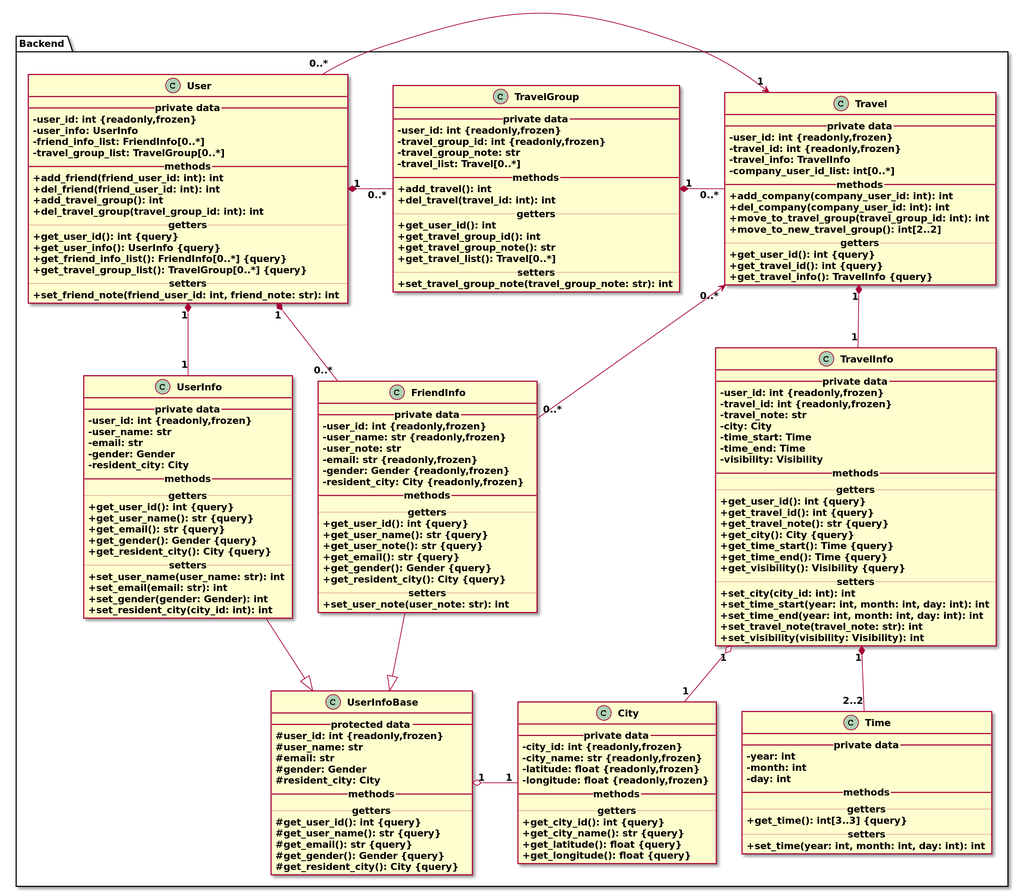
skyetim/travel_planning_website keeps this PlantUML diagram as doc/第二阶段课堂展示/ClassDiagram.backend.png. Above is the earlier version. Its source is kept beside it as doc/第二阶段课堂展示/ClassDiagram.backend.puml.
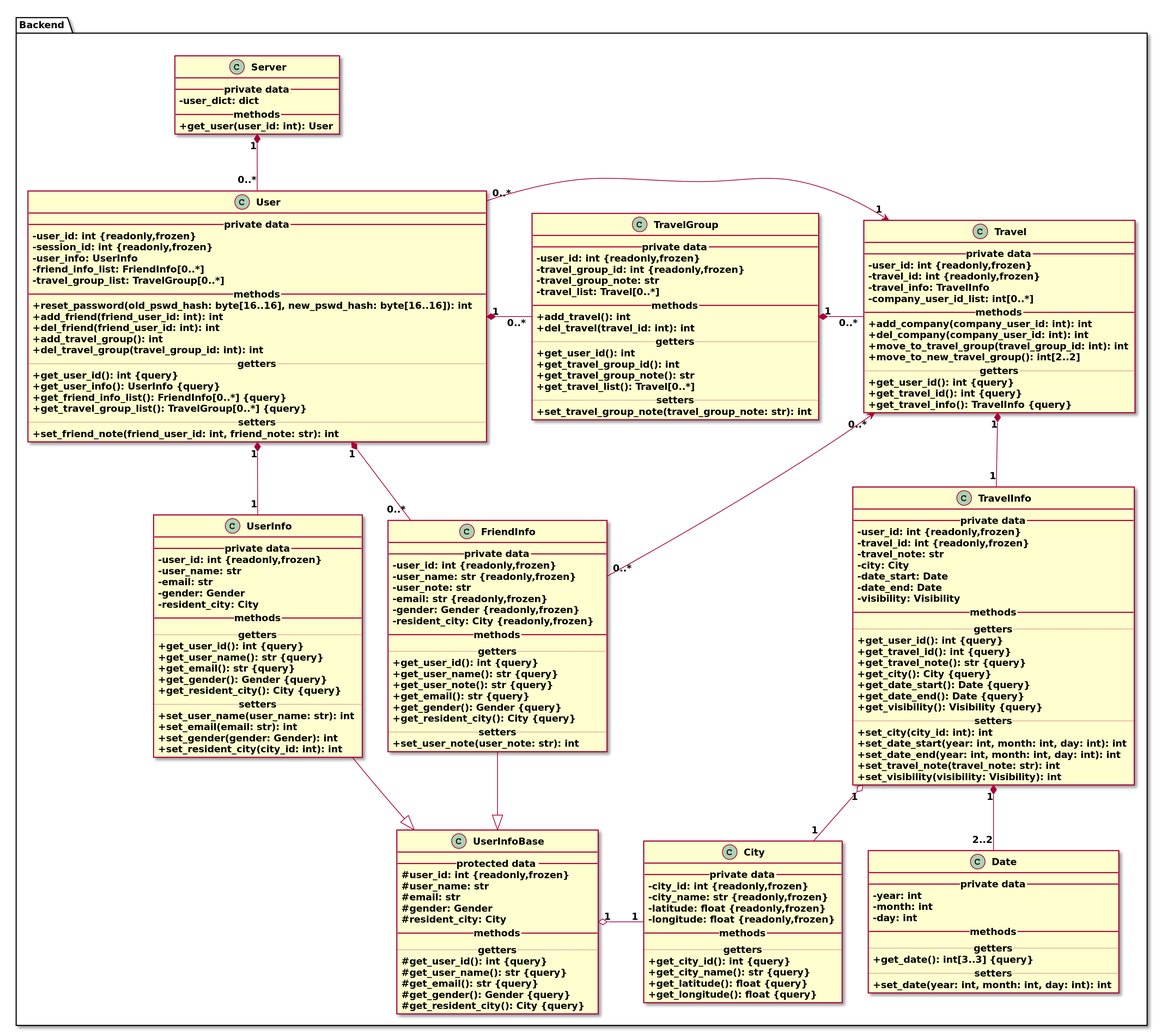
After the change.

What changed in the source:
```diff
@@ -9,13 +9,22 @@
 skinparam ClassAttributeIconSize 0
 
 namespace Backend {
+    class Server {
+        __ private data __
+        - user_dict: dict
+        __ methods __
+        + get_user(user_id: int): User
+    }
+
     class User {
         __ private data __
         - user_id: int {readonly,frozen}
+        - session_id: int {readonly,frozen}
         - user_info: UserInfo
         - friend_info_list: FriendInfo[0..*]
         - travel_group_list: TravelGroup[0..*]
         __ methods __
+        + reset_password(old_pswd_hash: byte[16..16], new_pswd_hash: byte[16..16]): int
         + add_friend(friend_user_id: int): int
         + del_friend(friend_user_id: int): int
         + add_travel_group(): int
@@ -127,8 +136,8 @@
         - travel_id: int {readonly,frozen}
         - travel_note: str
         - city: City
-        - time_start: Time
-        - time_end: Time
+        - date_start: Date
+        - date_end: Date
         - visibility: Visibility
         __ methods __
         .. getters ..
@@ -136,13 +145,13 @@
         + get_travel_id(): int         {query}
         + get_travel_note(): str       {query}
         + get_city(): City             {query}
-        + get_time_start(): Time       {query}
-        + get_time_end(): Time         {query}
+        + get_date_start(): Date       {query}
+        + get_date_end(): Date         {query}
         + get_visibility(): Visibility {query}
         .. setters ..
         + set_city(city_id: int): int
-        + set_time_start(year: int, month: int, day: int): int
-        + set_time_end(year: int, month: int, day: int): int
+        + set_date_start(year: int, month: int, day: int): int
+        + set_date_end(year: int, month: int, day: int): int
         + set_travel_note(travel_note: str): int
         + set_visibility(visibility: Visibility): int
     }
@@ -161,18 +170,19 @@
         + get_longitude(): float {query}
     }
 
-    class Time {
+    class Date {
         __ private data __
         - year: int
         - month: int
         - day: int
         __ methods __
         .. getters ..
-        + get_time(): int[3..3] {query}
+        + get_date(): int[3..3] {query}
         .. setters ..
-        + set_time(year: int, month: int, day: int): int
+        + set_date(year: int, month: int, day: int): int
     }
 
+    Server       "1"    *-down-  "0..*" User
     User         "1"    *-down-  "1"    UserInfo
     User         "1"    *-down-  "0..*" FriendInfo
     User         "1"    *-right- "0..*" TravelGroup : "     "
@@ -184,7 +194,7 @@
     User         "0..*" -right-> "1"    Travel : "     "
     FriendInfo   "0..*" -up->    "0..*" Travel
     TravelInfo   "1"    o-down-  "1"    City
-    TravelInfo   "1"    *-down-  "2..2" Time
+    TravelInfo   "1"    *-down-  "2..2" Date
 
     UserInfo -[hidden] FriendInfo
 }
```
